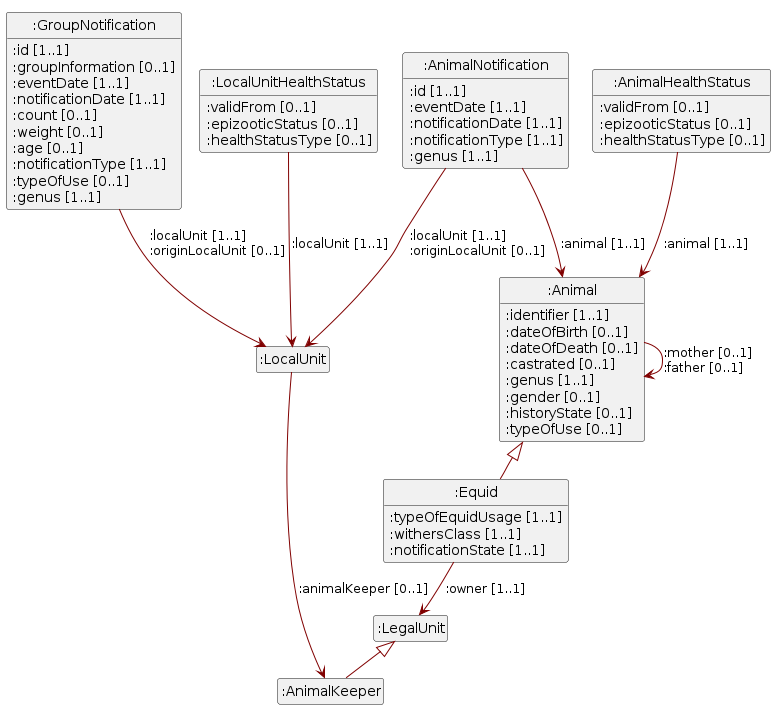
Earlier version of the PlantUML export assets/img/uml.png (blw-ofag-ufag/eCH-0309).
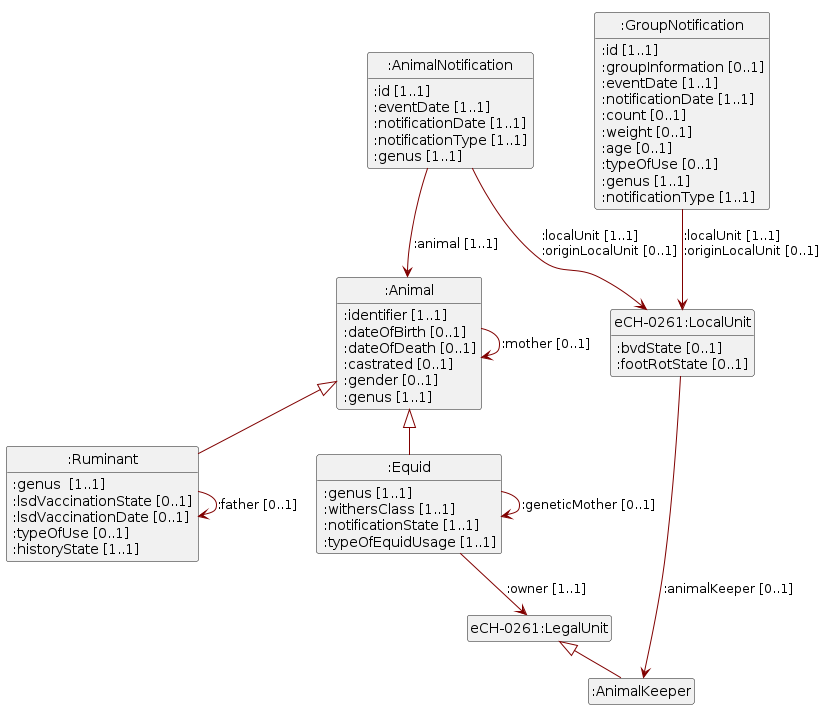
Above is the later version.

The edit, as a diff of the source:
```diff
@@ -8,12 +8,42 @@
 skinparam wrapMessageWidth 100
 skinparam ArrowColor #Maroon
 set namespaceSeparator none
+Class "eCH-0261:LocalUnit"
+"eCH-0261:LocalUnit" --> ":AnimalKeeper" : :animalKeeper [0..1]
+"eCH-0261:LocalUnit" : :bvdState [0..1]
+"eCH-0261:LocalUnit" : :footRotState [0..1]
+Class ":AnimalKeeper"
+Class ":Ruminant"
+":Ruminant" : :genus  [1..1]
+":Ruminant" : :lsdVaccinationState [0..1]
+":Ruminant" : :lsdVaccinationDate [0..1]
+":Ruminant" : :typeOfUse [0..1]
+":Ruminant" --> ":Ruminant" : :father<U+00A0>[0..1]
+":Ruminant" : :historyState [1..1]
 Class ":Equid"
-":Equid" --> ":LegalUnit" : :owner [1..1]
+":Equid" --> "eCH-0261:LegalUnit" : :owner [1..1]
+":Equid" : :genus [1..1]
+":Equid" : :withersClass [1..1]
+":Equid" --> ":Equid" : :geneticMother<U+00A0>[0..1]
+":Equid" : :notificationState [1..1]
 ":Equid" : :typeOfEquidUsage [1..1]
-":Equid" : :withersClass [1..1]
-":Equid" : :notificationState [1..1]
-Class ":LegalUnit"
+Class "eCH-0261:LegalUnit"
+Class ":AnimalNotification"
+":AnimalNotification" : :id [1..1]
+":AnimalNotification" : :eventDate [1..1]
+":AnimalNotification" : :notificationDate [1..1]
+":AnimalNotification" --> ":Animal" : :animal<U+00A0>[1..1]
+":AnimalNotification" : :notificationType [1..1]
+":AnimalNotification" : :genus [1..1]
+":AnimalNotification" --> "eCH-0261:LocalUnit" : :localUnit<U+00A0>[1..1]  \l:originLocalUnit<U+00A0>[0..1]
+Class ":Animal"
+":Animal" : :identifier [1..1]
+":Animal" : :dateOfBirth [0..1]
+":Animal" : :dateOfDeath [0..1]
+":Animal" : :castrated [0..1]
+":Animal" : :gender [0..1]
+":Animal" --> ":Animal" : :mother<U+00A0>[0..1]
+":Animal" : :genus [1..1]
 Class ":GroupNotification"
 ":GroupNotification" : :id [1..1]
 ":GroupNotification" : :groupInformation [0..1]
@@ -22,43 +52,13 @@
 ":GroupNotification" : :count [0..1]
 ":GroupNotification" : :weight [0..1]
 ":GroupNotification" : :age [0..1]
-":GroupNotification" : :notificationType [1..1]
-":GroupNotification" --> ":LocalUnit" : :localUnit<U+00A0>[1..1]  \l:originLocalUnit<U+00A0>[0..1]
+":GroupNotification" --> "eCH-0261:LocalUnit" : :localUnit<U+00A0>[1..1]  \l:originLocalUnit<U+00A0>[0..1]
 ":GroupNotification" : :typeOfUse [0..1]
 ":GroupNotification" : :genus [1..1]
-Class ":AnimalKeeper"
-Class ":AnimalNotification"
-":AnimalNotification" : :id [1..1]
-":AnimalNotification" : :eventDate [1..1]
-":AnimalNotification" : :notificationDate [1..1]
-":AnimalNotification" --> ":Animal" : :animal<U+00A0>[1..1]
-":AnimalNotification" --> ":LocalUnit" : :localUnit<U+00A0>[1..1]  \l:originLocalUnit<U+00A0>[0..1]
-":AnimalNotification" : :notificationType [1..1]
-":AnimalNotification" : :genus [1..1]
-Class ":LocalUnit"
-":LocalUnit" --> ":AnimalKeeper" : :animalKeeper [0..1]
-Class ":LocalUnitHealthStatus"
-":LocalUnitHealthStatus" : :validFrom [0..1]
-":LocalUnitHealthStatus" : :epizooticStatus [0..1]
-":LocalUnitHealthStatus" : :healthStatusType [0..1]
-":LocalUnitHealthStatus" --> ":LocalUnit" : :localUnit<U+00A0>[1..1]
-Class ":AnimalHealthStatus"
-":AnimalHealthStatus" : :validFrom [0..1]
-":AnimalHealthStatus" --> ":Animal" : :animal<U+00A0>[1..1]
-":AnimalHealthStatus" : :epizooticStatus [0..1]
-":AnimalHealthStatus" : :healthStatusType [0..1]
-Class ":Animal"
-":Animal" : :identifier [1..1]
-":Animal" : :dateOfBirth [0..1]
-":Animal" : :dateOfDeath [0..1]
-":Animal" : :castrated [0..1]
-":Animal" : :genus [1..1]
-":Animal" : :gender [0..1]
-":Animal" : :historyState [0..1]
-":Animal" --> ":Animal" : :mother<U+00A0>[0..1]  \l:father<U+00A0>[0..1]
-":Animal" : :typeOfUse [0..1]
+":GroupNotification" : :notificationType [1..1]
 ":Animal" <|-- ":Equid"
-":LegalUnit" <|-- ":AnimalKeeper"
+":Animal" <|-- ":Ruminant"
+"eCH-0261:LegalUnit" <|-- ":AnimalKeeper"
 hide circle
 hide empty members
 @enduml
```
